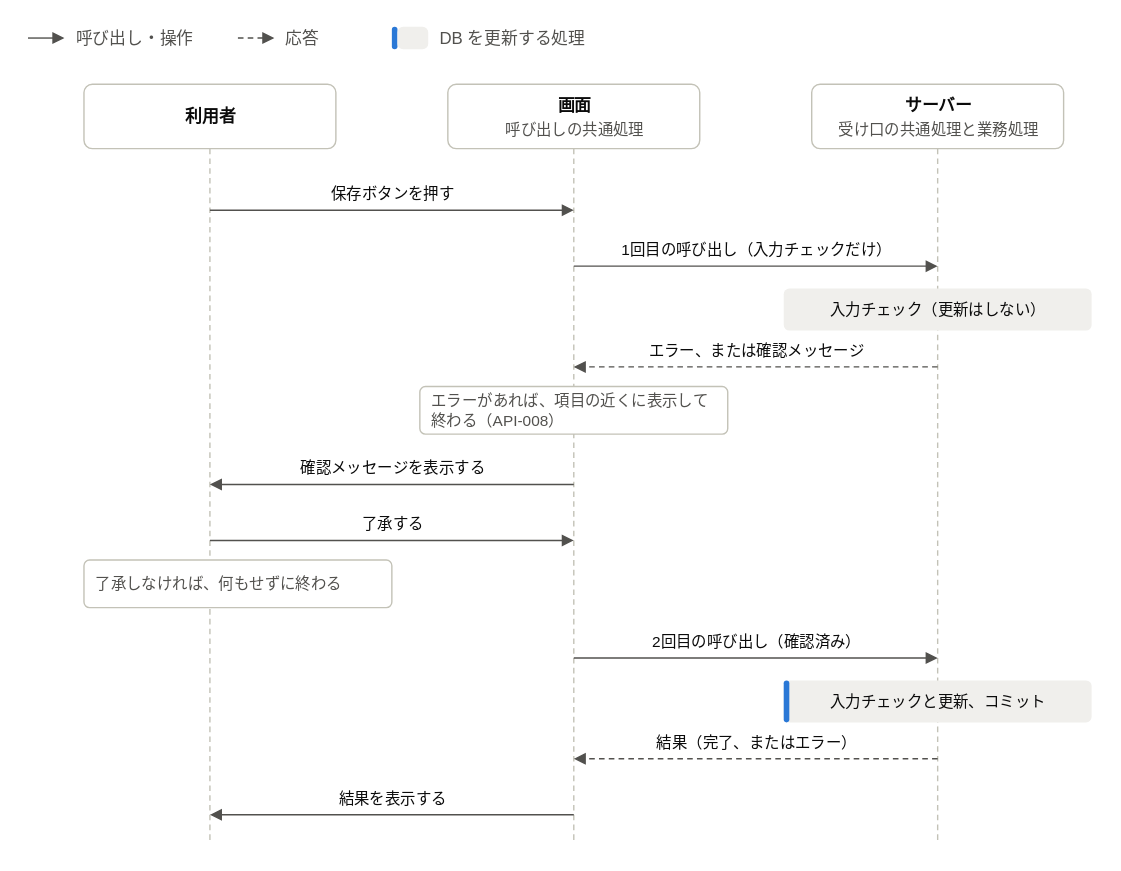
Above: demo/101_販売管理システム/標準仕様書_確認メッセージの流れ.drawio.svg in halllky/NijoAppScaffold (draw.io), before the change. Source tidied: cells renumbered, new cells last; positions are measured from the earlier drawing's top-left corner, leaving out a move shared by most shapes.
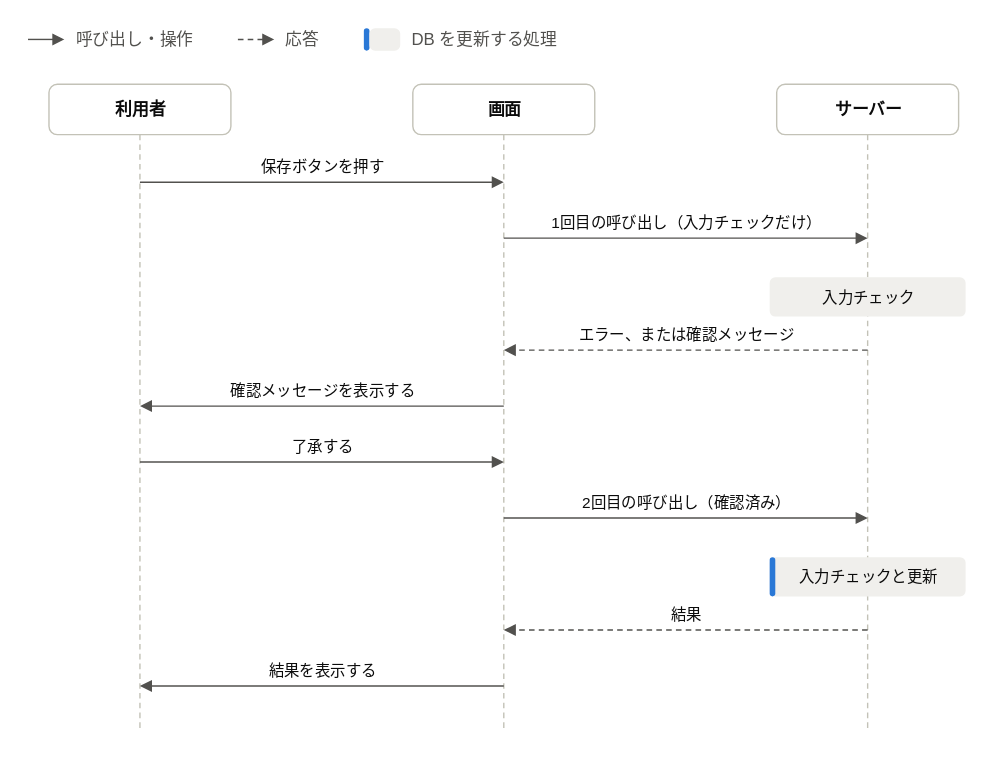
After the change.

The edit, as a diff of the source:
```diff
@@ -4,6 +4,24 @@
     <mxCell id="1" parent="0" />
+    <mxCell id="45" style="html=1;rounded=0;endArrow=none;endFill=1;endSize=6;startArrow=none;strokeColor=#c3c2b7;strokeWidth=1;fontSize=11;fontColor=#52514e;labelBackgroundColor=#ffffff;dashed=1;dashPattern=4 3;" parent="1" edge="1">
+      <mxGeometry relative="1" as="geometry">
+        <mxPoint x="80" y="77" as="sourcePoint" />
+        <mxPoint x="80" y="501" as="targetPoint" />
+      </mxGeometry>
+    </mxCell>
+    <mxCell id="46" style="html=1;rounded=0;endArrow=none;endFill=1;endSize=6;startArrow=none;strokeColor=#c3c2b7;strokeWidth=1;fontSize=11;fontColor=#52514e;labelBackgroundColor=#ffffff;dashed=1;dashPattern=4 3;" parent="1" edge="1">
+      <mxGeometry relative="1" as="geometry">
+        <mxPoint x="340" y="77" as="sourcePoint" />
+        <mxPoint x="340" y="501" as="targetPoint" />
+      </mxGeometry>
+    </mxCell>
+    <mxCell id="47" style="html=1;rounded=0;endArrow=none;endFill=1;endSize=6;startArrow=none;strokeColor=#c3c2b7;strokeWidth=1;fontSize=11;fontColor=#52514e;labelBackgroundColor=#ffffff;dashed=1;dashPattern=4 3;" parent="1" edge="1">
+      <mxGeometry relative="1" as="geometry">
+        <mxPoint x="600" y="77" as="sourcePoint" />
+        <mxPoint x="600" y="501" as="targetPoint" />
+      </mxGeometry>
+    </mxCell>
     <mxCell id="2" style="html=1;rounded=0;endArrow=block;endFill=1;endSize=6;startArrow=none;strokeColor=#52514e;strokeWidth=1;fontSize=11;fontColor=#52514e;labelBackgroundColor=#ffffff;" parent="1" edge="1">
       <mxGeometry relative="1" as="geometry">
-        <mxPoint y="8" as="sourcePoint" />
-        <mxPoint x="26" y="8" as="targetPoint" />
+        <mxPoint y="9" as="sourcePoint" />
+        <mxPoint x="26" y="9" as="targetPoint" />
       </mxGeometry>
@@ -11,3 +29,3 @@
     <mxCell id="3" value="呼び出し・操作" style="text;html=1;align=left;verticalAlign=middle;fontSize=12;fontColor=#52514e;fontStyle=0;spacing=0;" parent="1" vertex="1">
-      <mxGeometry x="34" width="120" height="16" as="geometry" />
+      <mxGeometry x="34" y="1" width="110" height="16" as="geometry" />
     </mxCell>
@@ -15,4 +33,4 @@
       <mxGeometry relative="1" as="geometry">
-        <mxPoint x="150" y="8" as="sourcePoint" />
-        <mxPoint x="176" y="8" as="targetPoint" />
+        <mxPoint x="150" y="9" as="sourcePoint" />
+        <mxPoint x="176" y="9" as="targetPoint" />
       </mxGeometry>
@@ -20,154 +38,118 @@
     <mxCell id="5" value="応答" style="text;html=1;align=left;verticalAlign=middle;fontSize=12;fontColor=#52514e;fontStyle=0;spacing=0;" parent="1" vertex="1">
-      <mxGeometry x="184" width="60" height="16" as="geometry" />
+      <mxGeometry x="184" y="1" width="40" height="16" as="geometry" />
     </mxCell>
     <mxCell id="6" style="rounded=1;absoluteArcSize=1;arcSize=4;html=1;fillColor=#2a78d6;strokeColor=none;strokeWidth=1;" parent="1" vertex="1">
-      <mxGeometry x="260" width="4" height="16" as="geometry" />
+      <mxGeometry x="240" y="1" width="4" height="16" as="geometry" />
     </mxCell>
     <mxCell id="7" style="rounded=1;absoluteArcSize=1;arcSize=8;html=1;fillColor=#f0efec;strokeColor=none;strokeWidth=1;" parent="1" vertex="1">
-      <mxGeometry x="264" width="22" height="16" as="geometry" />
+      <mxGeometry x="244" y="1" width="22" height="16" as="geometry" />
     </mxCell>
     <mxCell id="8" value="DB を更新する処理" style="text;html=1;align=left;verticalAlign=middle;fontSize=12;fontColor=#52514e;fontStyle=0;spacing=0;" parent="1" vertex="1">
-      <mxGeometry x="294" width="200" height="16" as="geometry" />
+      <mxGeometry x="274" y="1" width="240" height="16" as="geometry" />
     </mxCell>
     <mxCell id="9" style="rounded=1;absoluteArcSize=1;arcSize=12;html=1;fillColor=#ffffff;strokeColor=#c3c2b7;strokeWidth=1;" parent="1" vertex="1">
-      <mxGeometry x="40" y="41" width="180" height="46" as="geometry" />
+      <mxGeometry x="15" y="41" width="130" height="36" as="geometry" />
     </mxCell>
     <mxCell id="10" value="&lt;b&gt;利用者&lt;/b&gt;" style="text;html=1;align=center;verticalAlign=middle;fontSize=12;fontColor=#0b0b0b;fontStyle=0;spacing=0;" parent="1" vertex="1">
-      <mxGeometry x="40" y="41" width="180" height="46" as="geometry" />
+      <mxGeometry x="15" y="41" width="130" height="36" as="geometry" />
     </mxCell>
-    <mxCell id="11" style="html=1;rounded=0;endArrow=none;endFill=1;endSize=6;startArrow=none;strokeColor=#c3c2b7;strokeWidth=1;fontSize=11;fontColor=#52514e;labelBackgroundColor=#ffffff;dashed=1;dashPattern=4 3;" parent="1" edge="1">
-      <mxGeometry relative="1" as="geometry">
-        <mxPoint x="130" y="87" as="sourcePoint" />
-        <mxPoint x="130" y="581" as="targetPoint" />
-      </mxGeometry>
+    <mxCell id="11" style="rounded=1;absoluteArcSize=1;arcSize=12;html=1;fillColor=#ffffff;strokeColor=#c3c2b7;strokeWidth=1;" parent="1" vertex="1">
+      <mxGeometry x="275" y="41" width="130" height="36" as="geometry" />
     </mxCell>
-    <mxCell id="12" style="rounded=1;absoluteArcSize=1;arcSize=12;html=1;fillColor=#ffffff;strokeColor=#c3c2b7;strokeWidth=1;" parent="1" vertex="1">
-      <mxGeometry x="300" y="41" width="180" height="46" as="geometry" />
+    <mxCell id="12" value="&lt;b&gt;画面&lt;/b&gt;" style="text;html=1;align=center;verticalAlign=middle;fontSize=12;fontColor=#0b0b0b;fontStyle=0;spacing=0;" parent="1" vertex="1">
+      <mxGeometry x="275" y="41" width="130" height="36" as="geometry" />
     </mxCell>
-    <mxCell id="13" value="&lt;b&gt;画面&lt;/b&gt;" style="text;html=1;align=center;verticalAlign=middle;fontSize=12;fontColor=#0b0b0b;fontStyle=0;spacing=0;" parent="1" vertex="1">
-      <mxGeometry x="300" y="47" width="180" height="18" as="geometry" />
+    <mxCell id="13" style="rounded=1;absoluteArcSize=1;arcSize=12;html=1;fillColor=#ffffff;strokeColor=#c3c2b7;strokeWidth=1;" parent="1" vertex="1">
+      <mxGeometry x="535" y="41" width="130" height="36" as="geometry" />
     </mxCell>
-    <mxCell id="14" value="呼び出しの共通処理" style="text;html=1;align=center;verticalAlign=middle;fontSize=11;fontColor=#52514e;fontStyle=0;spacing=0;" parent="1" vertex="1">
-      <mxGeometry x="300" y="65" width="180" height="16" as="geometry" />
+    <mxCell id="14" value="&lt;b&gt;サーバー&lt;/b&gt;" style="text;html=1;align=center;verticalAlign=middle;fontSize=12;fontColor=#0b0b0b;fontStyle=0;spacing=0;" parent="1" vertex="1">
+      <mxGeometry x="535" y="41" width="130" height="36" as="geometry" />
     </mxCell>
-    <mxCell id="15" style="html=1;rounded=0;endArrow=none;endFill=1;endSize=6;startArrow=none;strokeColor=#c3c2b7;strokeWidth=1;fontSize=11;fontColor=#52514e;labelBackgroundColor=#ffffff;dashed=1;dashPattern=4 3;" parent="1" edge="1">
+    <mxCell id="15" style="html=1;rounded=0;endArrow=block;endFill=1;endSize=6;startArrow=none;strokeColor=#52514e;strokeWidth=1;fontSize=11;fontColor=#52514e;labelBackgroundColor=#ffffff;" parent="1" edge="1">
       <mxGeometry relative="1" as="geometry">
-        <mxPoint x="390" y="87" as="sourcePoint" />
-        <mxPoint x="390" y="581" as="targetPoint" />
+        <mxPoint x="80" y="111" as="sourcePoint" />
+        <mxPoint x="340" y="111" as="targetPoint" />
       </mxGeometry>
     </mxCell>
-    <mxCell id="16" style="rounded=1;absoluteArcSize=1;arcSize=12;html=1;fillColor=#ffffff;strokeColor=#c3c2b7;strokeWidth=1;" parent="1" vertex="1">
-      <mxGeometry x="560" y="41" width="180" height="46" as="geometry" />
+    <mxCell id="16" value="保存ボタンを押す" style="text;html=1;align=center;verticalAlign=middle;fontSize=11;fontColor=#0b0b0b;fontStyle=0;spacing=0;" parent="1" vertex="1">
+      <mxGeometry x="80" y="92" width="260" height="16" as="geometry" />
     </mxCell>
-    <mxCell id="17" value="&lt;b&gt;サーバー&lt;/b&gt;" style="text;html=1;align=center;verticalAlign=middle;fontSize=12;fontColor=#0b0b0b;fontStyle=0;spacing=0;" parent="1" vertex="1">
-      <mxGeometry x="560" y="47" width="180" height="18" as="geometry" />
+    <mxCell id="17" style="html=1;rounded=0;endArrow=block;endFill=1;endSize=6;startArrow=none;strokeColor=#52514e;strokeWidth=1;fontSize=11;fontColor=#52514e;labelBackgroundColor=#ffffff;" parent="1" edge="1">
+      <mxGeometry relative="1" as="geometry">
+        <mxPoint x="340" y="151" as="sourcePoint" />
+        <mxPoint x="600" y="151" as="targetPoint" />
+      </mxGeometry>
     </mxCell>
-    <mxCell id="18" value="受け口の共通処理と業務処理" style="text;html=1;align=center;verticalAlign=middle;fontSize=11;fontColor=#52514e;fontStyle=0;spacing=0;" parent="1" vertex="1">
-      <mxGeometry x="560" y="65" width="180" height="16" as="geometry" />
+    <mxCell id="18" value="1回目の呼び出し（入力チェックだけ）" style="text;html=1;align=center;verticalAlign=middle;fontSize=11;fontColor=#0b0b0b;fontStyle=0;spacing=0;" parent="1" vertex="1">
+      <mxGeometry x="340" y="132" width="260" height="16" as="geometry" />
     </mxCell>
-    <mxCell id="19" style="html=1;rounded=0;endArrow=none;endFill=1;endSize=6;startArrow=none;strokeColor=#c3c2b7;strokeWidth=1;fontSize=11;fontColor=#52514e;labelBackgroundColor=#ffffff;dashed=1;dashPattern=4 3;" parent="1" edge="1">
-      <mxGeometry relative="1" as="geometry">
-        <mxPoint x="650" y="87" as="sourcePoint" />
-        <mxPoint x="650" y="581" as="targetPoint" />
-      </mxGeometry>
+    <mxCell id="19" style="rounded=1;absoluteArcSize=1;arcSize=8;html=1;fillColor=#f0efec;strokeColor=none;strokeWidth=1;" parent="1" vertex="1">
+      <mxGeometry x="530" y="179" width="140" height="28" as="geometry" />
     </mxCell>
-    <mxCell id="20" style="html=1;rounded=0;endArrow=block;endFill=1;endSize=6;startArrow=none;strokeColor=#52514e;strokeWidth=1;fontSize=11;fontColor=#52514e;labelBackgroundColor=#ffffff;" parent="1" edge="1">
-      <mxGeometry relative="1" as="geometry">
-        <mxPoint x="130" y="131" as="sourcePoint" />
-        <mxPoint x="390" y="131" as="targetPoint" />
-      </mxGeometry>
+    <mxCell id="20" value="入力チェック" style="text;html=1;align=center;verticalAlign=middle;fontSize=11;fontColor=#0b0b0b;fontStyle=0;spacing=0;" parent="1" vertex="1">
+      <mxGeometry x="534" y="179" width="132" height="28" as="geometry" />
     </mxCell>
-    <mxCell id="21" value="保存ボタンを押す" style="text;html=1;align=center;verticalAlign=middle;fontSize=11;fontColor=#0b0b0b;fontStyle=0;spacing=0;" parent="1" vertex="1">
-      <mxGeometry x="130" y="111" width="260" height="16" as="geometry" />
+    <mxCell id="21" style="html=1;rounded=0;endArrow=block;endFill=1;endSize=6;startArrow=none;strokeColor=#52514e;strokeWidth=1;fontSize=11;fontColor=#52514e;labelBackgroundColor=#ffffff;dashed=1;dashPattern=4 3;" parent="1" edge="1">
+      <mxGeometry relative="1" as="geometry">
+        <mxPoint x="600" y="231" as="sourcePoint" />
+        <mxPoint x="340" y="231" as="targetPoint" />
+      </mxGeometry>
     </mxCell>
-    <mxCell id="22" style="html=1;rounded=0;endArrow=block;endFill=1;endSize=6;startArrow=none;strokeColor=#52514e;strokeWidth=1;fontSize=11;fontColor=#52514e;labelBackgroundColor=#ffffff;" parent="1" edge="1">
-      <mxGeometry relative="1" as="geometry">
-        <mxPoint x="390" y="171" as="sourcePoint" />
-        <mxPoint x="650" y="171" as="targetPoint" />
-      </mxGeometry>
+    <mxCell id="22" value="エラー、または確認メッセージ" style="text;html=1;align=center;verticalAlign=middle;fontSize=11;fontColor=#0b0b0b;fontStyle=0;spacing=0;" parent="1" vertex="1">
+      <mxGeometry x="340" y="212" width="260" height="16" as="geometry" />
     </mxCell>
-    <mxCell id="23" value="1回目の呼び出し（入力チェックだけ）" style="text;html=1;align=center;verticalAlign=middle;fontSize=11;fontColor=#0b0b0b;fontStyle=0;spacing=0;" parent="1" vertex="1">
-      <mxGeometry x="390" y="151" width="260" height="16" as="geometry" />
+    <mxCell id="23" style="html=1;rounded=0;endArrow=block;endFill=1;endSize=6;startArrow=none;strokeColor=#52514e;strokeWidth=1;fontSize=11;fontColor=#52514e;labelBackgroundColor=#ffffff;" parent="1" edge="1">
+      <mxGeometry relative="1" as="geometry">
+        <mxPoint x="340" y="271" as="sourcePoint" />
+        <mxPoint x="80" y="271" as="targetPoint" />
+      </mxGeometry>
     </mxCell>
-    <mxCell id="24" style="rounded=1;absoluteArcSize=1;arcSize=8;html=1;fillColor=#f0efec;strokeColor=none;strokeWidth=1;" parent="1" vertex="1">
-      <mxGeometry x="540" y="187" width="220" height="30" as="geometry" />
+    <mxCell id="24" value="確認メッセージを表示する" style="text;html=1;align=center;verticalAlign=middle;fontSize=11;fontColor=#0b0b0b;fontStyle=0;spacing=0;" parent="1" vertex="1">
+      <mxGeometry x="80" y="252" width="260" height="16" as="geometry" />
     </mxCell>
-    <mxCell id="25" value="入力チェック（更新はしない）" style="text;html=1;align=center;verticalAlign=middle;fontSize=11;fontColor=#0b0b0b;fontStyle=0;spacing=0;whiteSpace=wrap;" parent="1" vertex="1">
-      <mxGeometry x="550" y="187" width="200" height="30" as="geometry" />
+    <mxCell id="25" style="html=1;rounded=0;endArrow=block;endFill=1;endSize=6;startArrow=none;strokeColor=#52514e;strokeWidth=1;fontSize=11;fontColor=#52514e;labelBackgroundColor=#ffffff;" parent="1" edge="1">
+      <mxGeometry relative="1" as="geometry">
+        <mxPoint x="80" y="311" as="sourcePoint" />
+        <mxPoint x="340" y="311" as="targetPoint" />
+      </mxGeometry>
     </mxCell>
-    <mxCell id="26" style="html=1;rounded=0;endArrow=block;endFill=1;endSize=6;startArrow=none;strokeColor=#52514e;strokeWidth=1;fontSize=11;fontColor=#52514e;labelBackgroundColor=#ffffff;dashed=1;dashPattern=4 3;" parent="1" edge="1">
-      <mxGeometry relative="1" as="geometry">
-        <mxPoint x="650" y="243" as="sourcePoint" />
-        <mxPoint x="390" y="243" as="targetPoint" />
-      </mxGeometry>
+    <mxCell id="26" value="了承する" style="text;html=1;align=center;verticalAlign=middle;fontSize=11;fontColor=#0b0b0b;fontStyle=0;spacing=0;" parent="1" vertex="1">
+      <mxGeometry x="80" y="292" width="260" height="16" as="geometry" />
     </mxCell>
-    <mxCell id="27" value="エラー、または確認メッセージ" style="text;html=1;align=center;verticalAlign=middle;fontSize=11;fontColor=#0b0b0b;fontStyle=0;spacing=0;" parent="1" vertex="1">
-      <mxGeometry x="390" y="223" width="260" height="16" as="geometry" />
+    <mxCell id="27" style="html=1;rounded=0;endArrow=block;endFill=1;endSize=6;startArrow=none;strokeColor=#52514e;strokeWidth=1;fontSize=11;fontColor=#52514e;labelBackgroundColor=#ffffff;" parent="1" edge="1">
+      <mxGeometry relative="1" as="geometry">
+        <mxPoint x="340" y="351" as="sourcePoint" />
+        <mxPoint x="600" y="351" as="targetPoint" />
+      </mxGeometry>
     </mxCell>
-    <mxCell id="28" style="rounded=1;absoluteArcSize=1;arcSize=8;html=1;fillColor=#ffffff;strokeColor=#c3c2b7;strokeWidth=1;" parent="1" vertex="1">
-      <mxGeometry x="280" y="257" width="220" height="34" as="geometry" />
+    <mxCell id="28" value="2回目の呼び出し（確認済み）" style="text;html=1;align=center;verticalAlign=middle;fontSize=11;fontColor=#0b0b0b;fontStyle=0;spacing=0;" parent="1" vertex="1">
+      <mxGeometry x="340" y="332" width="260" height="16" as="geometry" />
     </mxCell>
-    <mxCell id="29" value="エラーがあれば、項目の近くに表示して終わる（API-008）" style="text;html=1;align=left;verticalAlign=middle;fontSize=11;fontColor=#52514e;fontStyle=0;spacing=0;whiteSpace=wrap;" parent="1" vertex="1">
-      <mxGeometry x="288" y="257" width="204" height="34" as="geometry" />
+    <mxCell id="29" style="rounded=1;absoluteArcSize=1;arcSize=8;html=1;fillColor=#f0efec;strokeColor=none;strokeWidth=1;" parent="1" vertex="1">
+      <mxGeometry x="530" y="379" width="140" height="28" as="geometry" />
     </mxCell>
-    <mxCell id="30" style="html=1;rounded=0;endArrow=block;endFill=1;endSize=6;startArrow=none;strokeColor=#52514e;strokeWidth=1;fontSize=11;fontColor=#52514e;labelBackgroundColor=#ffffff;" parent="1" edge="1">
-      <mxGeometry relative="1" as="geometry">
-        <mxPoint x="390" y="327" as="sourcePoint" />
-        <mxPoint x="130" y="327" as="targetPoint" />
-      </mxGeometry>
+    <mxCell id="30" style="rounded=1;absoluteArcSize=1;arcSize=4;html=1;fillColor=#2a78d6;strokeColor=none;strokeWidth=1;" parent="1" vertex="1">
+      <mxGeometry x="530" y="379" width="4" height="28" as="geometry" />
     </mxCell>
-    <mxCell id="31" value="確認メッセージを表示する" style="text;html=1;align=center;verticalAlign=middle;fontSize=11;fontColor=#0b0b0b;fontStyle=0;spacing=0;" parent="1" vertex="1">
-      <mxGeometry x="130" y="307" width="260" height="16" as="geometry" />
+    <mxCell id="31" value="入力チェックと更新" style="text;html=1;align=center;verticalAlign=middle;fontSize=11;fontColor=#0b0b0b;fontStyle=0;spacing=0;" parent="1" vertex="1">
+      <mxGeometry x="534" y="379" width="132" height="28" as="geometry" />
     </mxCell>
-    <mxCell id="32" style="html=1;rounded=0;endArrow=block;endFill=1;endSize=6;startArrow=none;strokeColor=#52514e;strokeWidth=1;fontSize=11;fontColor=#52514e;labelBackgroundColor=#ffffff;" parent="1" edge="1">
+    <mxCell id="32" style="html=1;rounded=0;endArrow=block;endFill=1;endSize=6;startArrow=none;strokeColor=#52514e;strokeWidth=1;fontSize=11;fontColor=#52514e;labelBackgroundColor=#ffffff;dashed=1;dashPattern=4 3;" parent="1" edge="1">
       <mxGeometry relative="1" as="geometry">
-        <mxPoint x="130" y="367" as="sourcePoint" />
-        <mxPoint x="390" y="367" as="targetPoint" />
+        <mxPoint x="600" y="431" as="sourcePoint" />
+        <mxPoint x="340" y="431" as="targetPoint" />
       </mxGeometry>
     </mxCell>
-    <mxCell id="33" value="了承する" style="text;html=1;align=center;verticalAlign=middle;fontSize=11;fontColor=#0b0b0b;fontStyle=0;spacing=0;" parent="1" vertex="1">
-      <mxGeometry x="130" y="347" width="260" height="16" as="geometry" />
+    <mxCell id="33" value="結果" style="text;html=1;align=center;verticalAlign=middle;fontSize=11;fontColor=#0b0b0b;fontStyle=0;spacing=0;" parent="1" vertex="1">
+      <mxGeometry x="340" y="412" width="260" height="16" as="geometry" />
     </mxCell>
-    <mxCell id="34" style="rounded=1;absoluteArcSize=1;arcSize=8;html=1;fillColor=#ffffff;strokeColor=#c3c2b7;strokeWidth=1;" parent="1" vertex="1">
-      <mxGeometry x="40" y="381" width="220" height="34" as="geometry" />
+    <mxCell id="34" style="html=1;rounded=0;endArrow=block;endFill=1;endSize=6;startArrow=none;strokeColor=#52514e;strokeWidth=1;fontSize=11;fontColor=#52514e;labelBackgroundColor=#ffffff;" parent="1" edge="1">
+      <mxGeometry relative="1" as="geometry">
+        <mxPoint x="340" y="471" as="sourcePoint" />
+        <mxPoint x="80" y="471" as="targetPoint" />
+      </mxGeometry>
     </mxCell>
-    <mxCell id="35" value="了承しなければ、何もせずに終わる" style="text;html=1;align=left;verticalAlign=middle;fontSize=11;fontColor=#52514e;fontStyle=0;spacing=0;whiteSpace=wrap;" parent="1" vertex="1">
-      <mxGeometry x="48" y="381" width="204" height="34" as="geometry" />
+    <mxCell id="35" value="結果を表示する" style="text;html=1;align=center;verticalAlign=middle;fontSize=11;fontColor=#0b0b0b;fontStyle=0;spacing=0;" parent="1" vertex="1">
+      <mxGeometry x="80" y="452" width="260" height="16" as="geometry" />
     </mxCell>
-    <mxCell id="36" style="html=1;rounded=0;endArrow=block;endFill=1;endSize=6;startArrow=none;strokeColor=#52514e;strokeWidth=1;fontSize=11;fontColor=#52514e;labelBackgroundColor=#ffffff;" parent="1" edge="1">
-      <mxGeometry relative="1" as="geometry">
-        <mxPoint x="390" y="451" as="sourcePoint" />
-        <mxPoint x="650" y="451" as="targetPoint" />
-      </mxGeometry>
-    </mxCell>
-    <mxCell id="37" value="2回目の呼び出し（確認済み）" style="text;html=1;align=center;verticalAlign=middle;fontSize=11;fontColor=#0b0b0b;fontStyle=0;spacing=0;" parent="1" vertex="1">
-      <mxGeometry x="390" y="431" width="260" height="16" as="geometry" />
-    </mxCell>
-    <mxCell id="38" style="rounded=1;absoluteArcSize=1;arcSize=8;html=1;fillColor=#f0efec;strokeColor=none;strokeWidth=1;" parent="1" vertex="1">
-      <mxGeometry x="540" y="467" width="220" height="30" as="geometry" />
-    </mxCell>
-    <mxCell id="39" style="rounded=1;absoluteArcSize=1;arcSize=4;html=1;fillColor=#2a78d6;strokeColor=none;strokeWidth=1;" parent="1" vertex="1">
-      <mxGeometry x="540" y="467" width="4" height="30" as="geometry" />
-    </mxCell>
-    <mxCell id="40" value="入力チェックと更新、コミット" style="text;html=1;align=center;verticalAlign=middle;fontSize=11;fontColor=#0b0b0b;fontStyle=0;spacing=0;whiteSpace=wrap;" parent="1" vertex="1">
-      <mxGeometry x="550" y="467" width="200" height="30" as="geometry" />
-    </mxCell>
-    <mxCell id="41" style="html=1;rounded=0;endArrow=block;endFill=1;endSize=6;startArrow=none;strokeColor=#52514e;strokeWidth=1;fontSize=11;fontColor=#52514e;labelBackgroundColor=#ffffff;dashed=1;dashPattern=4 3;" parent="1" edge="1">
-      <mxGeometry relative="1" as="geometry">
-        <mxPoint x="650" y="523" as="sourcePoint" />
-        <mxPoint x="390" y="523" as="targetPoint" />
-      </mxGeometry>
-    </mxCell>
-    <mxCell id="42" value="結果（完了、またはエラー）" style="text;html=1;align=center;verticalAlign=middle;fontSize=11;fontColor=#0b0b0b;fontStyle=0;spacing=0;" parent="1" vertex="1">
-      <mxGeometry x="390" y="503" width="260" height="16" as="geometry" />
-    </mxCell>
-    <mxCell id="43" style="html=1;rounded=0;endArrow=block;endFill=1;endSize=6;startArrow=none;strokeColor=#52514e;strokeWidth=1;fontSize=11;fontColor=#52514e;labelBackgroundColor=#ffffff;" parent="1" edge="1">
-      <mxGeometry relative="1" as="geometry">
-        <mxPoint x="390" y="563" as="sourcePoint" />
-        <mxPoint x="130" y="563" as="targetPoint" />
-      </mxGeometry>
-    </mxCell>
-    <mxCell id="44" value="結果を表示する" style="text;html=1;align=center;verticalAlign=middle;fontSize=11;fontColor=#0b0b0b;fontStyle=0;spacing=0;" parent="1" vertex="1">
-      <mxGeometry x="130" y="543" width="260" height="16" as="geometry" />
-    </mxCell>
   </root>
```
